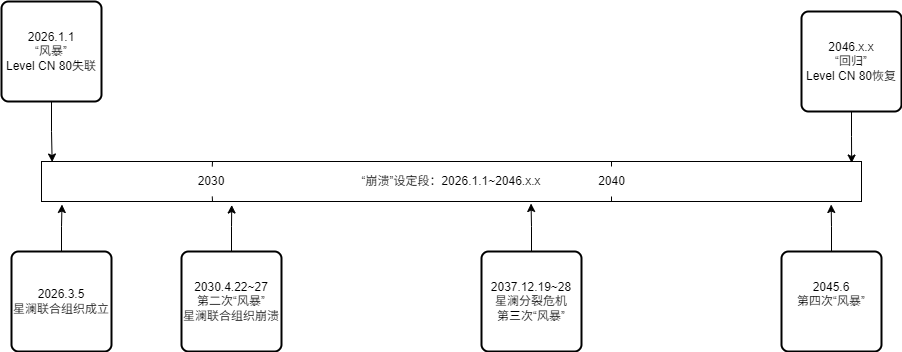
Before: images/崩溃设定时间轴.png, a diagram exported from draw.io (czz4188/BackroomsCN-mirahaze-documents). Source tidied: cells renumbered, new cells last; positions are measured from the earlier drawing's top-left corner, leaving out a move shared by most shapes.
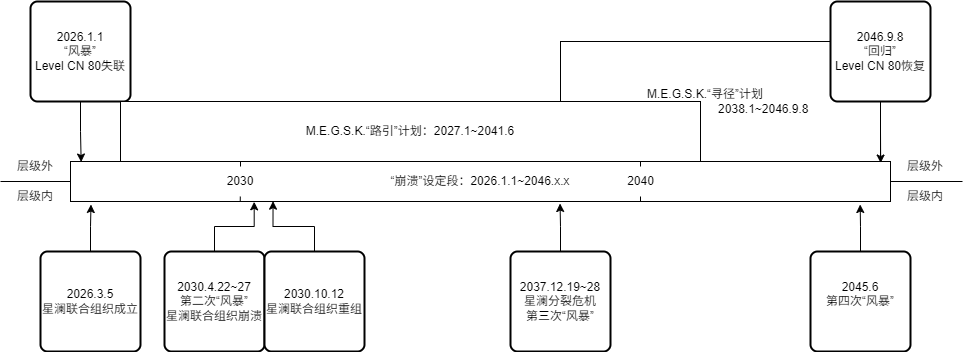
After the change.

Commit message:
更新崩溃设定时间轴.png

Change to the diagram source:
```diff
@@ -2,33 +2,39 @@
   <root>
     <mxCell id="0" />
     <mxCell id="1" parent="0" />
+    <mxCell id="21" style="endArrow=none;html=1;rounded=0;" parent="1" edge="1">
+      <mxGeometry relative="1" as="geometry">
+        <mxPoint x="-30" y="180" as="sourcePoint" />
+        <mxPoint x="932" y="180" as="targetPoint" />
+      </mxGeometry>
+    </mxCell>
     <mxCell id="2" value="“崩溃”设定段：2026.1.1~2046.x.x" style="rounded=0;whiteSpace=wrap;html=1;" parent="1" vertex="1">
       <mxGeometry x="40" y="160" width="820" height="40" as="geometry" />
     </mxCell>
     <mxCell id="3" value="2026.1.1&lt;div&gt;“风暴”&lt;/div&gt;&lt;div&gt;Level CN 80失联&lt;/div&gt;" style="rounded=1;whiteSpace=wrap;html=1;absoluteArcSize=1;arcSize=14;strokeWidth=2;" parent="1" vertex="1">
       <mxGeometry width="100" height="100" as="geometry" />
     </mxCell>
-    <mxCell id="4" value="2046.x.x&lt;div&gt;“回归”&lt;/div&gt;&lt;div&gt;Level CN 80恢复&lt;/div&gt;" style="rounded=1;whiteSpace=wrap;html=1;absoluteArcSize=1;arcSize=14;strokeWidth=2;" parent="1" vertex="1">
-      <mxGeometry x="800" y="10" width="100" height="100" as="geometry" />
-    </mxCell>
     <mxCell id="5" style="edgeStyle=orthogonalEdgeStyle;rounded=0;jettySize=auto;html=1;exitX=0.5;exitY=1;exitDx=0;exitDy=0;entryX=0.013;entryY=0.013;entryDx=0;entryDy=0;entryPerimeter=0;" parent="1" edge="1" source="3" target="2">
       <mxGeometry relative="1" as="geometry" />
     </mxCell>
-    <mxCell id="6" style="edgeStyle=orthogonalEdgeStyle;rounded=0;jettySize=auto;html=1;exitX=0.5;exitY=1;exitDx=0;exitDy=0;entryX=0.988;entryY=0.038;entryDx=0;entryDy=0;entryPerimeter=0;" parent="1" edge="1" source="4" target="2">
-      <mxGeometry relative="1" as="geometry" />
-    </mxCell>
     <mxCell id="7" value="2026.3.5&lt;div&gt;星澜联合组织&lt;span style=&quot;background-color: transparent; color: light-dark(rgb(0, 0, 0), rgb(255, 255, 255));&quot;&gt;成立&lt;/span&gt;&lt;/div&gt;" style="rounded=1;whiteSpace=wrap;html=1;absoluteArcSize=1;arcSize=14;strokeWidth=2;" parent="1" vertex="1">
       <mxGeometry x="10" y="250" width="100" height="100" as="geometry" />
     </mxCell>
     <mxCell id="8" style="edgeStyle=orthogonalEdgeStyle;rounded=0;jettySize=auto;html=1;exitX=0.5;exitY=0;exitDx=0;exitDy=0;entryX=0.025;entryY=1.075;entryDx=0;entryDy=0;entryPerimeter=0;" parent="1" edge="1" source="7" target="2">
       <mxGeometry relative="1" as="geometry" />
     </mxCell>
+    <mxCell id="22" value="M.E.G.S.K.“寻径”计划&amp;nbsp; &amp;nbsp; &amp;nbsp; &amp;nbsp; &amp;nbsp;&lt;div&gt;&amp;nbsp; &amp;nbsp; &amp;nbsp; &amp;nbsp; &amp;nbsp; &amp;nbsp; &amp;nbsp; &amp;nbsp; &amp;nbsp; &amp;nbsp; &amp;nbsp; &amp;nbsp; &amp;nbsp; 2038.1~2046.9.8&lt;/div&gt;" style="rounded=0;whiteSpace=wrap;html=1;" parent="1" vertex="1">
+      <mxGeometry x="530" y="40" width="320" height="120" as="geometry" />
+    </mxCell>
+    <mxCell id="4" value="2046.9.8&lt;div&gt;“回归”&lt;/div&gt;&lt;div&gt;Level CN 80恢复&lt;/div&gt;" style="rounded=1;whiteSpace=wrap;html=1;absoluteArcSize=1;arcSize=14;strokeWidth=2;" parent="1" vertex="1">
+      <mxGeometry x="800" width="100" height="100" as="geometry" />
+    </mxCell>
     <mxCell id="9" value="2030.4.22~27&lt;div&gt;第二次“风暴”&lt;/div&gt;&lt;div&gt;星澜联合组织崩溃&lt;/div&gt;" style="rounded=1;whiteSpace=wrap;html=1;absoluteArcSize=1;arcSize=14;strokeWidth=2;" parent="1" vertex="1">
-      <mxGeometry x="180" y="250" width="100" height="100" as="geometry" />
+      <mxGeometry x="134" y="250" width="100" height="100" as="geometry" />
     </mxCell>
-    <mxCell id="10" style="edgeStyle=orthogonalEdgeStyle;rounded=0;jettySize=auto;html=1;exitX=0.5;exitY=0;exitDx=0;exitDy=0;entryX=0.232;entryY=1.088;entryDx=0;entryDy=0;entryPerimeter=0;" parent="1" edge="1" source="9" target="2">
-      <mxGeometry relative="1" as="geometry" />
-    </mxCell>
+    <mxCell id="6" style="edgeStyle=orthogonalEdgeStyle;rounded=0;jettySize=auto;html=1;exitX=0.5;exitY=1;exitDx=0;exitDy=0;entryX=0.988;entryY=0.038;entryDx=0;entryDy=0;entryPerimeter=0;" parent="1" edge="1" source="4" target="2">
+      <mxGeometry relative="1" as="geometry" />
+    </mxCell>
     <mxCell id="11" value="2037.12.19~28&lt;div&gt;&lt;span style=&quot;background-color: transparent; color: light-dark(rgb(0, 0, 0), rgb(255, 255, 255));&quot;&gt;星澜分裂危机&lt;/span&gt;&lt;/div&gt;&lt;div&gt;&lt;span style=&quot;background-color: transparent; color: light-dark(rgb(0, 0, 0), rgb(255, 255, 255));&quot;&gt;第三次“风暴”&lt;/span&gt;&lt;/div&gt;" style="rounded=1;whiteSpace=wrap;html=1;absoluteArcSize=1;arcSize=14;strokeWidth=2;" parent="1" vertex="1">
       <mxGeometry x="480" y="250" width="100" height="100" as="geometry" />
     </mxCell>
@@ -41,14 +47,12 @@
     <mxCell id="14" style="edgeStyle=orthogonalEdgeStyle;rounded=0;jettySize=auto;html=1;exitX=0.5;exitY=0;exitDx=0;exitDy=0;entryX=0.963;entryY=1.075;entryDx=0;entryDy=0;entryPerimeter=0;" parent="1" edge="1" source="13" target="2">
       <mxGeometry relative="1" as="geometry" />
     </mxCell>
-    <mxCell id="15" style="endArrow=none;html=1;rounded=0;" parent="1" edge="1" source="17">
-      <mxGeometry relative="1" as="geometry">
-        <mxPoint x="211" y="200" as="targetPoint" />
-      </mxGeometry>
+    <mxCell id="15" style="endArrow=none;html=1;rounded=0;entryX=0.207;entryY=0.988;entryDx=0;entryDy=0;entryPerimeter=0;" parent="1" edge="1" source="17" target="2">
+      <mxGeometry relative="1" as="geometry" />
     </mxCell>
     <mxCell id="16" style="endArrow=none;html=1;rounded=0;" parent="1" edge="1" target="17">
       <mxGeometry relative="1" as="geometry">
-        <mxPoint x="211" y="160" as="sourcePoint" />
+        <mxPoint x="210" y="160" as="sourcePoint" />
       </mxGeometry>
     </mxCell>
     <mxCell id="17" value="2030" style="text;html=1;align=center;verticalAlign=middle;whiteSpace=wrap;rounded=0;" parent="1" vertex="1">
@@ -67,5 +71,29 @@
     <mxCell id="20" value="2040" style="text;html=1;align=center;verticalAlign=middle;points=[];strokeColor=none;fillColor=none;" parent="1" vertex="1">
       <mxGeometry x="585" y="165" width="50" height="30" as="geometry" />
     </mxCell>
+    <mxCell id="23" value="2030.10.12&lt;div&gt;星澜联合组织重组&lt;/div&gt;" style="rounded=1;whiteSpace=wrap;html=1;absoluteArcSize=1;arcSize=14;strokeWidth=2;" parent="1" vertex="1">
+      <mxGeometry x="234" y="250" width="100" height="100" as="geometry" />
+    </mxCell>
+    <mxCell id="10" style="edgeStyle=orthogonalEdgeStyle;rounded=0;jettySize=auto;html=1;exitX=0.5;exitY=0;exitDx=0;exitDy=0;entryX=0.224;entryY=1.008;entryDx=0;entryDy=0;entryPerimeter=0;" parent="1" edge="1" source="9" target="2">
+      <mxGeometry relative="1" as="geometry" />
+    </mxCell>
+    <mxCell id="24" style="edgeStyle=orthogonalEdgeStyle;rounded=0;jettySize=auto;html=1;exitX=0.5;exitY=0;exitDx=0;exitDy=0;entryX=0.247;entryY=0.992;entryDx=0;entryDy=0;entryPerimeter=0;" parent="1" edge="1" source="23" target="2">
+      <mxGeometry relative="1" as="geometry" />
+    </mxCell>
+    <mxCell id="25" value="M.E.G.S.K.“路引”计划：2027.1~2041.6" style="rounded=0;whiteSpace=wrap;html=1;" parent="1" vertex="1">
+      <mxGeometry x="90" y="100" width="580" height="60" as="geometry" />
+    </mxCell>
+    <mxCell id="26" value="层级外" style="text;html=1;align=center;verticalAlign=middle;whiteSpace=wrap;rounded=0;" parent="1" vertex="1">
+      <mxGeometry x="-30" y="150" width="70" height="30" as="geometry" />
+    </mxCell>
+    <mxCell id="27" value="层级内" style="text;html=1;align=center;verticalAlign=middle;whiteSpace=wrap;rounded=0;" parent="1" vertex="1">
+      <mxGeometry x="-30" y="180" width="70" height="30" as="geometry" />
+    </mxCell>
+    <mxCell id="28" value="层级外" style="text;html=1;align=center;verticalAlign=middle;whiteSpace=wrap;rounded=0;" parent="1" vertex="1">
+      <mxGeometry x="860" y="150" width="70" height="30" as="geometry" />
+    </mxCell>
+    <mxCell id="29" value="层级内" style="text;html=1;align=center;verticalAlign=middle;whiteSpace=wrap;rounded=0;" parent="1" vertex="1">
+      <mxGeometry x="860" y="180" width="70" height="30" as="geometry" />
+    </mxCell>
   </root>
 </mxGraphModel>
```
